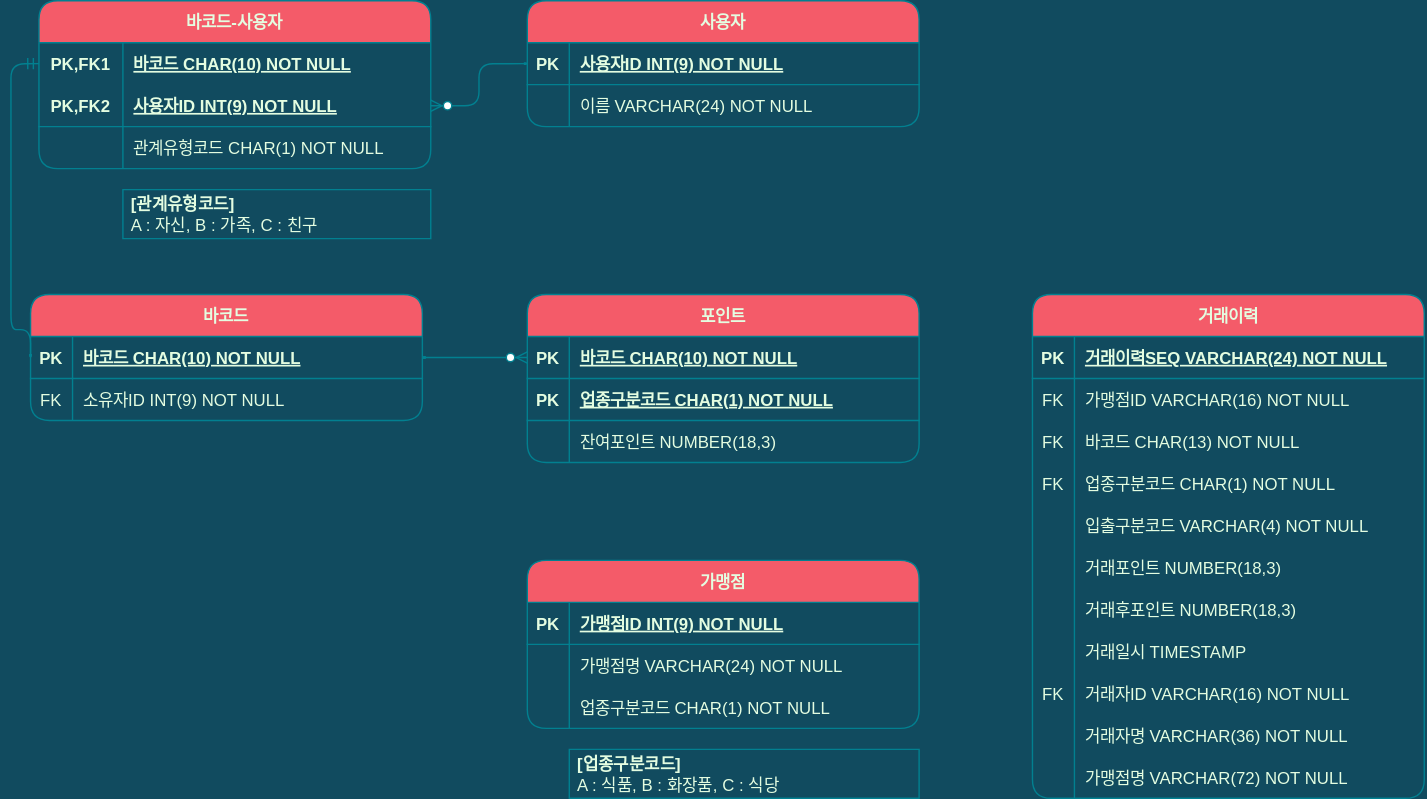
This is document/kakaopay-membership.svg from TyronneJeong/KakaoPay-Subject, a draw.io export, as it was before one commit. Source tidied: cells renumbered, new cells last; positions are measured from the earlier drawing's top-left corner, leaving out a move shared by most shapes.
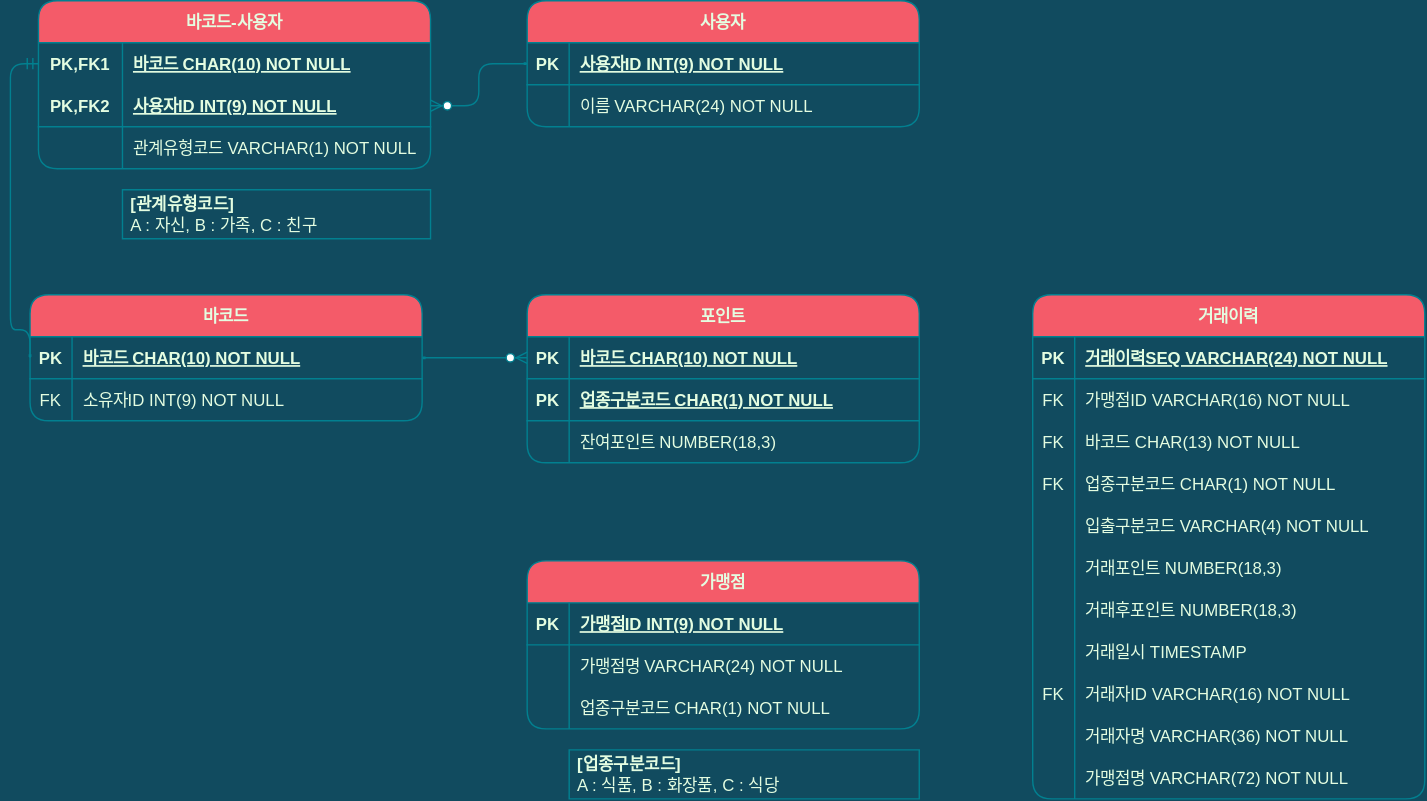
Later version of the same file.

The edit, as a diff of the source:
```diff
@@ -71,7 +71,7 @@
     <mxCell id="24" style="shape=partialRectangle;fillColor=none;top=0;left=0;bottom=0;right=0;overflow=hidden;rounded=1;strokeColor=#028090;fontColor=#E4FDE1;" parent="23" vertex="1">
       <mxGeometry width="60" height="30" as="geometry" />
     </mxCell>
-    <mxCell id="25" value="관계유형코드 CHAR(1) NOT NULL" style="shape=partialRectangle;fillColor=none;top=0;left=0;bottom=0;right=0;align=left;spacingLeft=6;overflow=hidden;rounded=1;strokeColor=#028090;fontColor=#E4FDE1;" parent="23" vertex="1">
+    <mxCell id="25" value="관계유형코드 VARCHAR(1) NOT NULL" style="shape=partialRectangle;fillColor=none;top=0;left=0;bottom=0;right=0;align=left;spacingLeft=6;overflow=hidden;rounded=1;strokeColor=#028090;fontColor=#E4FDE1;" parent="23" vertex="1">
       <mxGeometry x="60" width="220" height="30" as="geometry" />
     </mxCell>
     <mxCell id="26" value="가맹점" style="shape=table;startSize=30;rowLines=0;fontStyle=1;align=center;rounded=1;fillColor=#F45B69;strokeColor=#028090;fontColor=#E4FDE1;" parent="1" vertex="1">
```
